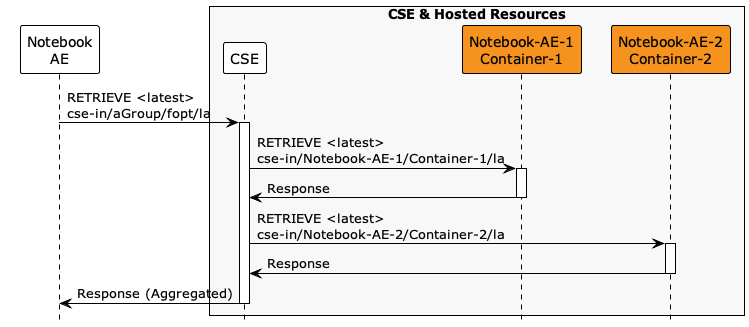
Above: images/04/retrieve_latest.png in ankraft/onem2m-jupyter-notebooks (PlantUML), before the change.
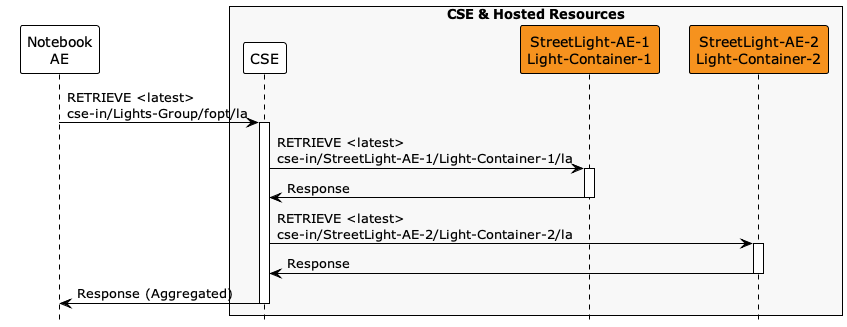
Above is the later version.

Commit message:
Added "street lights" scenario to group notebook

The edit, as a diff of the source:
```diff
@@ -7,14 +7,14 @@
 participant "Notebook\nAE" as AE
 box "CSE & Hosted Resources" #f8f8f8
 participant "CSE" as CSE
-participant "Notebook-AE-1\nContainer-1" as container1 #F6921E
-participant "Notebook-AE-2\nContainer-2" as container2 #F6921E
+participant "StreetLight-AE-1\nLight-Container-1" as container1 #F6921E
+participant "StreetLight-AE-2\nLight-Container-2" as container2 #F6921E
 end box
 
-AE -> CSE ++: RETRIEVE <latest>\ncse-in/aGroup/fopt/la
-CSE -> container1 ++: RETRIEVE <latest>\ncse-in/Notebook-AE-1/Container-1/la
+AE -> CSE ++: RETRIEVE <latest>\ncse-in/Lights-Group/fopt/la
+CSE -> container1 ++: RETRIEVE <latest>\ncse-in/StreetLight-AE-1/Light-Container-1/la
 CSE <- container1 --: Response
-CSE -> container2 ++: RETRIEVE <latest>\ncse-in/Notebook-AE-2/Container-2/la
+CSE -> container2 ++: RETRIEVE <latest>\ncse-in/StreetLight-AE-2/Light-Container-2/la
 CSE <- container2 --: Response
 AE <- CSE --: Response (Aggregated)
 
```
